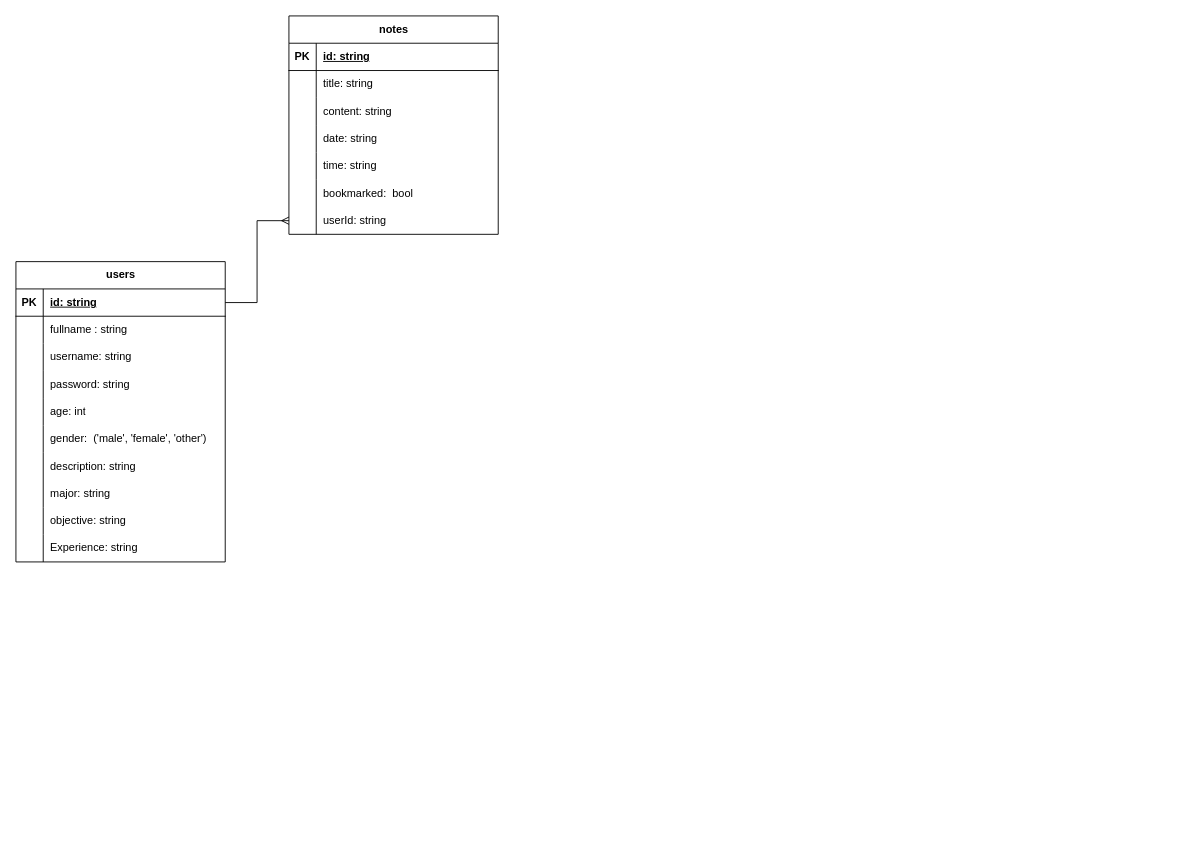
DevNguyenPhuong/learning-management keeps this draw.io diagram as learning-table.drawio. Above is the earlier version. Source tidied: cells renumbered, new cells numbered last; positions are measured from the earlier drawing's top-left corner, leaving out a move shared by most shapes. Both pictures are drawn from the tidied source at 91%, with x=0, y=0 at pixel (15, 15).
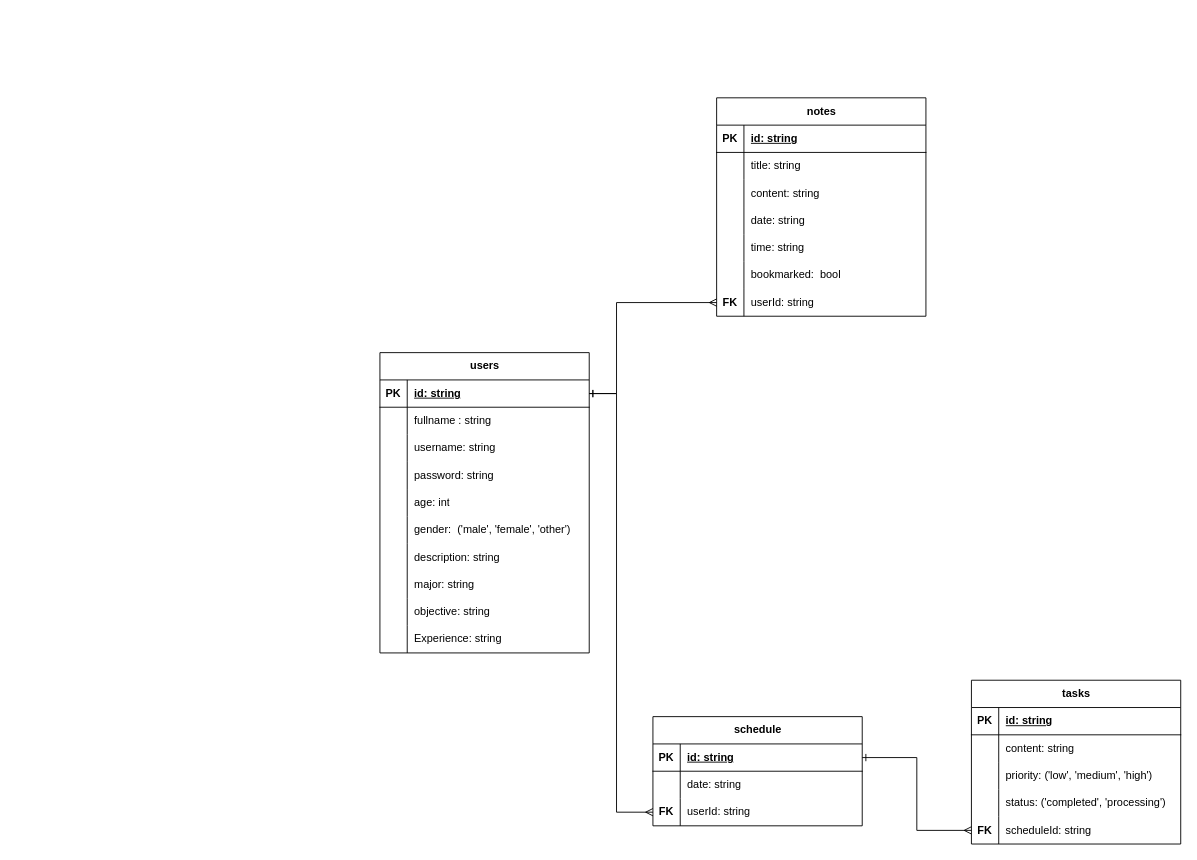
The same diagram, later.

The change refers to these unchanged cells:
```xml
<mxCell id="3" style="shape=tableRow;horizontal=0;startSize=0;swimlaneHead=0;swimlaneBody=0;fillColor=none;points=[[0,0.5],[1,0.5]];portConstraint=eastwest;top=0;left=0;right=0;bottom=1;" parent="2" vertex="1">
  <mxGeometry y="30" width="230" height="30" as="geometry" />
</mxCell>
<mxCell id="52" style="shape=tableRow;horizontal=0;startSize=0;swimlaneHead=0;swimlaneBody=0;fillColor=none;points=[[0,0.5],[1,0.5]];portConstraint=eastwest;top=0;left=0;right=0;bottom=0;" parent="33" vertex="1">
  <mxGeometry y="210" width="230" height="30" as="geometry" />
</mxCell>
```

Diff of the diagram source:
```diff
@@
     <mxCell id="2" value="users" style="shape=table;startSize=30;childLayout=tableLayout;rowLines=0;fontStyle=1;align=center;html=1;" parent="1" vertex="1">
-      <mxGeometry y="270" width="230" height="330" as="geometry" />
+      <mxGeometry x="400" y="370" width="230" height="330" as="geometry" />
     </mxCell>
@@
     <mxCell id="33" value="notes" style="shape=table;startSize=30;childLayout=tableLayout;rowLines=0;fontStyle=1;align=center;html=1;" parent="1" vertex="1">
-      <mxGeometry x="300" width="230" height="240" as="geometry" />
+      <mxGeometry x="770" y="90" width="230" height="240" as="geometry" />
     </mxCell>
@@
-    <mxCell id="53" style="shape=partialRectangle;fillColor=none;top=0;left=0;bottom=0;right=0;overflow=hidden;whiteSpace=wrap;html=1;" parent="52" vertex="1">
+    <mxCell id="53" value="&lt;b&gt;FK&lt;/b&gt;" style="shape=partialRectangle;fillColor=none;top=0;left=0;bottom=0;right=0;overflow=hidden;whiteSpace=wrap;html=1;" parent="52" vertex="1">
       <mxGeometry width="30" height="30" as="geometry" />
     </mxCell>
@@
-    <mxCell id="55" style="edgeStyle=orthogonalEdgeStyle;rounded=0;jettySize=auto;html=1;endArrow=ERmany;endFill=0;" parent="1" edge="1" source="3" target="52">
-      <mxGeometry relative="1" as="geometry" />
+    <mxCell id="55" style="edgeStyle=orthogonalEdgeStyle;rounded=0;jettySize=auto;html=1;endArrow=ERmany;endFill=0;startArrow=ERone;startFill=0;" parent="1" edge="1" source="3" target="52">
+      <mxGeometry relative="1" as="geometry">
+        <Array as="points">
+          <mxPoint x="660" y="415" />
+          <mxPoint x="660" y="315" />
+        </Array>
+      </mxGeometry>
     </mxCell>
+    <mxCell id="56" value="schedule" style="shape=table;startSize=30;childLayout=tableLayout;rowLines=0;fontStyle=1;align=center;html=1;" parent="1" vertex="1">
+      <mxGeometry x="700" y="770" width="230" height="120" as="geometry" />
+    </mxCell>
+    <mxCell id="57" style="shape=tableRow;horizontal=0;startSize=0;swimlaneHead=0;swimlaneBody=0;fillColor=none;points=[[0,0.5],[1,0.5]];portConstraint=eastwest;top=0;left=0;right=0;bottom=1;" parent="56" vertex="1">
+      <mxGeometry y="30" width="230" height="30" as="geometry" />
+    </mxCell>
+    <mxCell id="58" value="PK" style="shape=partialRectangle;fillColor=none;top=0;left=0;bottom=0;right=0;fontStyle=1;overflow=hidden;whiteSpace=wrap;html=1;" parent="57" vertex="1">
+      <mxGeometry width="30" height="30" as="geometry" />
+    </mxCell>
+    <mxCell id="59" value="id: string" style="shape=partialRectangle;fillColor=none;top=0;left=0;bottom=0;right=0;align=left;spacingLeft=6;fontStyle=5;overflow=hidden;whiteSpace=wrap;html=1;" parent="57" vertex="1">
+      <mxGeometry x="30" width="200" height="30" as="geometry" />
+    </mxCell>
+    <mxCell id="60" style="shape=tableRow;horizontal=0;startSize=0;swimlaneHead=0;swimlaneBody=0;fillColor=none;top=0;left=0;right=0;bottom=0;" parent="56" vertex="1">
+      <mxGeometry y="60" width="230" height="30" as="geometry" />
+    </mxCell>
+    <mxCell id="61" style="shape=partialRectangle;fillColor=none;top=0;left=0;bottom=0;right=0;overflow=hidden;whiteSpace=wrap;html=1;" parent="60" vertex="1">
+      <mxGeometry width="30" height="30" as="geometry" />
+    </mxCell>
+    <mxCell id="62" value="date: string" style="shape=partialRectangle;fillColor=none;top=0;left=0;bottom=0;right=0;align=left;spacingLeft=6;overflow=hidden;whiteSpace=wrap;html=1;" parent="60" vertex="1">
+      <mxGeometry x="30" width="200" height="30" as="geometry" />
+    </mxCell>
+    <mxCell id="63" style="shape=tableRow;horizontal=0;startSize=0;swimlaneHead=0;swimlaneBody=0;fillColor=none;points=[[0,0.5],[1,0.5]];portConstraint=eastwest;top=0;left=0;right=0;bottom=0;" parent="56" vertex="1">
+      <mxGeometry y="90" width="230" height="30" as="geometry" />
+    </mxCell>
+    <mxCell id="64" value="&lt;b&gt;FK&lt;/b&gt;" style="shape=partialRectangle;fillColor=none;top=0;left=0;bottom=0;right=0;overflow=hidden;whiteSpace=wrap;html=1;" parent="63" vertex="1">
+      <mxGeometry width="30" height="30" as="geometry" />
+    </mxCell>
+    <mxCell id="65" value="userId: string" style="shape=partialRectangle;fillColor=none;top=0;left=0;bottom=0;right=0;align=left;spacingLeft=6;overflow=hidden;whiteSpace=wrap;html=1;" parent="63" vertex="1">
+      <mxGeometry x="30" width="200" height="30" as="geometry" />
+    </mxCell>
+    <mxCell id="66" style="edgeStyle=orthogonalEdgeStyle;rounded=0;jettySize=auto;html=1;entryX=0;entryY=0.5;entryDx=0;entryDy=0;startArrow=ERone;startFill=0;endArrow=ERmany;endFill=0;" parent="1" edge="1" source="3" target="63">
+      <mxGeometry relative="1" as="geometry">
+        <Array as="points">
+          <mxPoint x="660" y="415" />
+          <mxPoint x="660" y="875" />
+        </Array>
+      </mxGeometry>
+    </mxCell>
+    <mxCell id="67" value="tasks" style="shape=table;startSize=30;childLayout=tableLayout;rowLines=0;fontStyle=1;align=center;html=1;" parent="1" vertex="1">
+      <mxGeometry x="1050" y="730" width="230" height="180" as="geometry" />
+    </mxCell>
+    <mxCell id="68" style="shape=tableRow;horizontal=0;startSize=0;swimlaneHead=0;swimlaneBody=0;fillColor=none;top=0;left=0;right=0;bottom=1;" parent="67" vertex="1">
+      <mxGeometry y="30" width="230" height="30" as="geometry" />
+    </mxCell>
+    <mxCell id="69" value="PK" style="shape=partialRectangle;fillColor=none;top=0;left=0;bottom=0;right=0;fontStyle=1;overflow=hidden;whiteSpace=wrap;html=1;" parent="68" vertex="1">
+      <mxGeometry width="30" height="30" as="geometry" />
+    </mxCell>
+    <mxCell id="70" value="id: string" style="shape=partialRectangle;fillColor=none;top=0;left=0;bottom=0;right=0;align=left;spacingLeft=6;fontStyle=5;overflow=hidden;whiteSpace=wrap;html=1;" parent="68" vertex="1">
+      <mxGeometry x="30" width="200" height="30" as="geometry" />
+    </mxCell>
+    <mxCell id="71" style="shape=tableRow;horizontal=0;startSize=0;swimlaneHead=0;swimlaneBody=0;fillColor=none;top=0;left=0;right=0;bottom=0;" parent="67" vertex="1">
+      <mxGeometry y="60" width="230" height="30" as="geometry" />
+    </mxCell>
+    <mxCell id="72" style="shape=partialRectangle;fillColor=none;top=0;left=0;bottom=0;right=0;overflow=hidden;whiteSpace=wrap;html=1;" parent="71" vertex="1">
+      <mxGeometry width="30" height="30" as="geometry" />
+    </mxCell>
+    <mxCell id="73" value="content: string" style="shape=partialRectangle;fillColor=none;top=0;left=0;bottom=0;right=0;align=left;spacingLeft=6;overflow=hidden;whiteSpace=wrap;html=1;" parent="71" vertex="1">
+      <mxGeometry x="30" width="200" height="30" as="geometry" />
+    </mxCell>
+    <mxCell id="74" style="shape=tableRow;horizontal=0;startSize=0;swimlaneHead=0;swimlaneBody=0;fillColor=none;top=0;left=0;right=0;bottom=0;" parent="67" vertex="1">
+      <mxGeometry y="90" width="230" height="30" as="geometry" />
+    </mxCell>
+    <mxCell id="75" style="shape=partialRectangle;fillColor=none;top=0;left=0;bottom=0;right=0;overflow=hidden;whiteSpace=wrap;html=1;" parent="74" vertex="1">
+      <mxGeometry width="30" height="30" as="geometry" />
+    </mxCell>
+    <mxCell id="76" value="priority: ('low', 'medium', 'high')" style="shape=partialRectangle;fillColor=none;top=0;left=0;bottom=0;right=0;align=left;spacingLeft=6;overflow=hidden;whiteSpace=wrap;html=1;" parent="74" vertex="1">
+      <mxGeometry x="30" width="200" height="30" as="geometry" />
+    </mxCell>
+    <mxCell id="77" style="shape=tableRow;horizontal=0;startSize=0;swimlaneHead=0;swimlaneBody=0;fillColor=none;top=0;left=0;right=0;bottom=0;" parent="67" vertex="1">
+      <mxGeometry y="120" width="230" height="30" as="geometry" />
+    </mxCell>
+    <mxCell id="78" style="shape=partialRectangle;fillColor=none;top=0;left=0;bottom=0;right=0;overflow=hidden;whiteSpace=wrap;html=1;" parent="77" vertex="1">
+      <mxGeometry width="30" height="30" as="geometry" />
+    </mxCell>
+    <mxCell id="79" value="status: ('completed', 'processing')" style="shape=partialRectangle;fillColor=none;top=0;left=0;bottom=0;right=0;align=left;spacingLeft=6;overflow=hidden;whiteSpace=wrap;html=1;" parent="77" vertex="1">
+      <mxGeometry x="30" width="200" height="30" as="geometry" />
+    </mxCell>
+    <mxCell id="80" style="shape=tableRow;horizontal=0;startSize=0;swimlaneHead=0;swimlaneBody=0;fillColor=none;points=[[0,0.5],[1,0.5]];portConstraint=eastwest;top=0;left=0;right=0;bottom=0;" parent="67" vertex="1">
+      <mxGeometry y="150" width="230" height="30" as="geometry" />
+    </mxCell>
+    <mxCell id="81" value="&lt;b&gt;FK&lt;/b&gt;" style="shape=partialRectangle;fillColor=none;top=0;left=0;bottom=0;right=0;overflow=hidden;whiteSpace=wrap;html=1;" parent="80" vertex="1">
+      <mxGeometry width="30" height="30" as="geometry" />
+    </mxCell>
+    <mxCell id="82" value="scheduleId: string" style="shape=partialRectangle;fillColor=none;top=0;left=0;bottom=0;right=0;align=left;spacingLeft=6;overflow=hidden;whiteSpace=wrap;html=1;" parent="80" vertex="1">
+      <mxGeometry x="30" width="200" height="30" as="geometry" />
+    </mxCell>
+    <mxCell id="83" style="shape=partialRectangle;fillColor=none;top=0;left=0;bottom=0;right=0;overflow=hidden;whiteSpace=wrap;html=1;" parent="1" vertex="1">
+      <mxGeometry x="600" y="830" width="30" height="30" as="geometry" />
+    </mxCell>
+    <mxCell id="84" style="edgeStyle=orthogonalEdgeStyle;rounded=0;jettySize=auto;html=1;startArrow=ERone;startFill=0;endArrow=ERmany;endFill=0;" parent="1" edge="1" source="57" target="80">
+      <mxGeometry relative="1" as="geometry" />
+    </mxCell>
```
